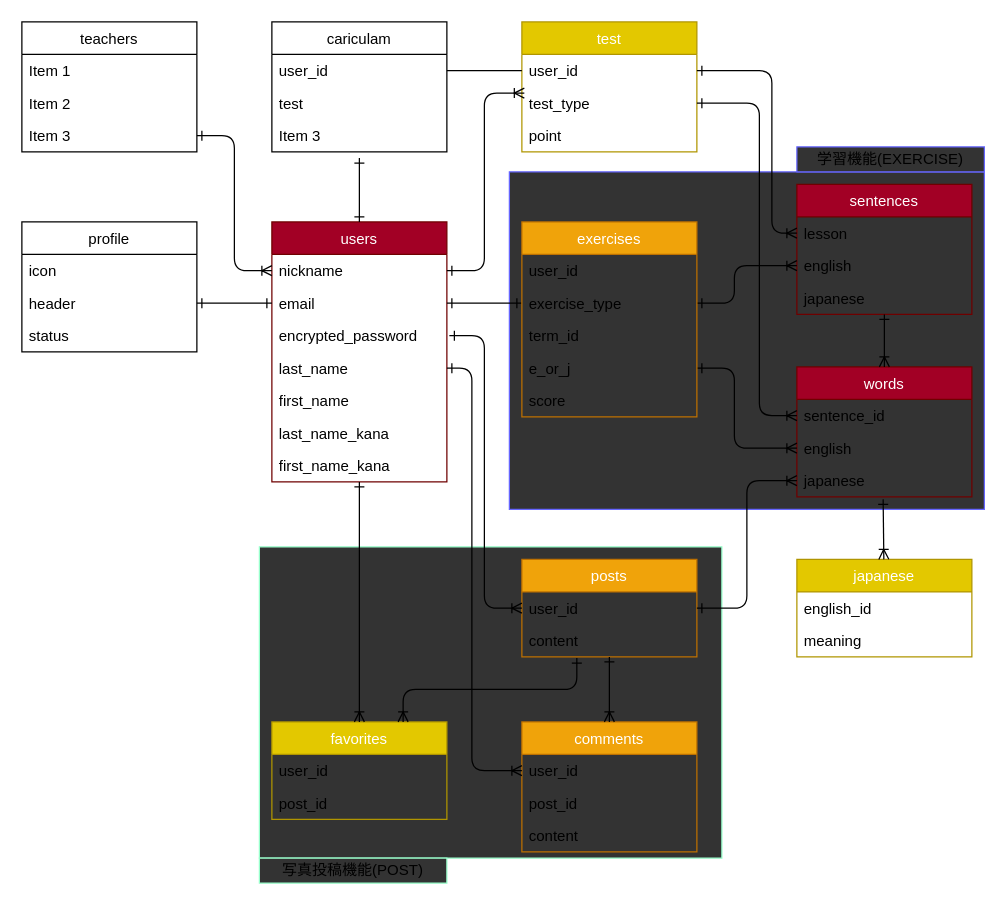
HirokiYagou/duo_app keeps this draw.io diagram as er.drawio. Above is the earlier version. Source tidied: cells renumbered, new cells numbered last; positions are measured from the earlier drawing's top-left corner, leaving out a move shared by most shapes. Both pictures are drawn from the tidied source at 125%, with x=0, y=0 at pixel (21, 21).
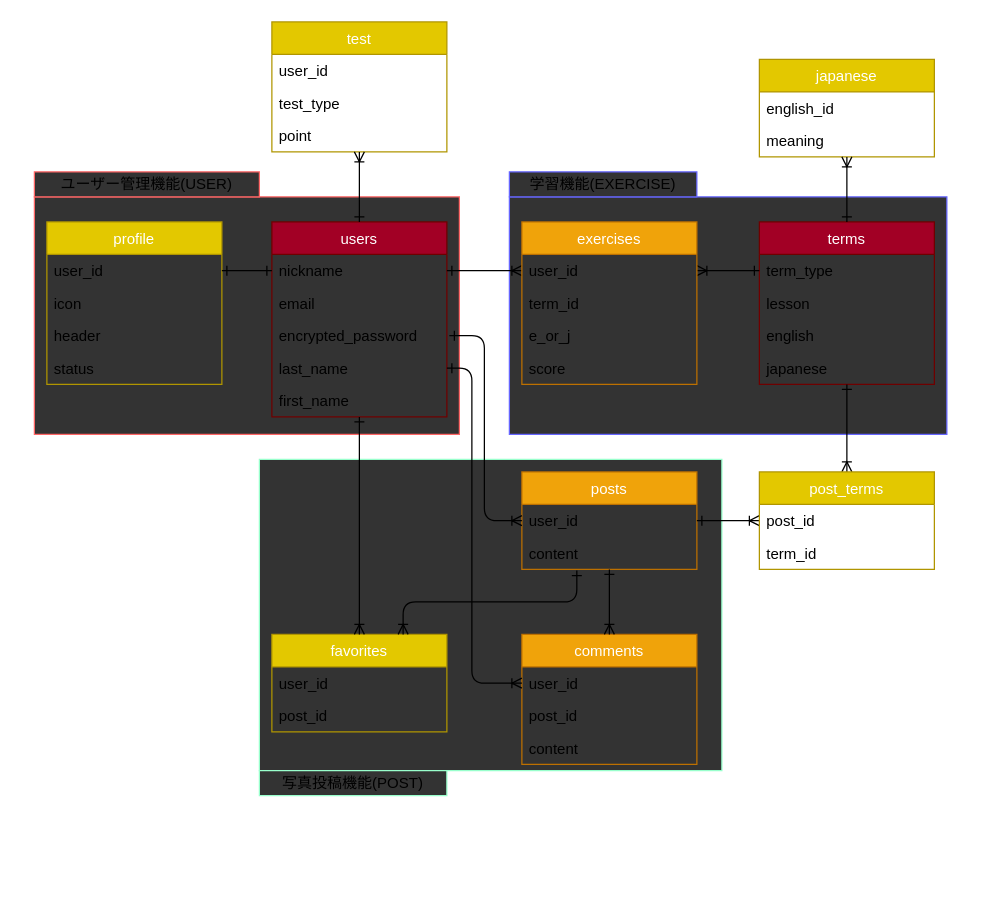
Above is the later version.

Unchanged cells that the change refers to:
```xml
<mxCell id="5" value="nickname" style="text;strokeColor=none;fillColor=none;align=left;verticalAlign=top;spacingLeft=4;spacingRight=4;overflow=hidden;points=[[0,0.5],[1,0.5]];portConstraint=eastwest;" parent="4" vertex="1">
  <mxGeometry y="26" width="140" height="26" as="geometry" />
</mxCell>
<mxCell id="6" value="email" style="text;strokeColor=none;fillColor=none;align=left;verticalAlign=top;spacingLeft=4;spacingRight=4;overflow=hidden;points=[[0,0.5],[1,0.5]];portConstraint=eastwest;" parent="4" vertex="1">
  <mxGeometry y="52" width="140" height="26" as="geometry" />
</mxCell>
<mxCell id="9" value="first_name" style="text;strokeColor=none;fillColor=none;align=left;verticalAlign=top;spacingLeft=4;spacingRight=4;overflow=hidden;points=[[0,0.5],[1,0.5]];portConstraint=eastwest;" parent="4" vertex="1">
  <mxGeometry y="130" width="140" height="26" as="geometry" />
</mxCell>
<mxCell id="13" value="user_id" style="text;strokeColor=none;fillColor=none;align=left;verticalAlign=top;spacingLeft=4;spacingRight=4;overflow=hidden;points=[[0,0.5],[1,0.5]];portConstraint=eastwest;" parent="12" vertex="1">
  <mxGeometry y="26" width="140" height="26" as="geometry" />
</mxCell>
<mxCell id="36" value="user_id" style="text;strokeColor=none;fillColor=none;align=left;verticalAlign=top;spacingLeft=4;spacingRight=4;overflow=hidden;points=[[0,0.5],[1,0.5]];portConstraint=eastwest;" parent="35" vertex="1">
  <mxGeometry y="26" width="140" height="26" as="geometry" />
</mxCell>
<mxCell id="37" value="test_type" style="text;strokeColor=none;fillColor=none;align=left;verticalAlign=top;spacingLeft=4;spacingRight=4;overflow=hidden;points=[[0,0.5],[1,0.5]];portConstraint=eastwest;" parent="35" vertex="1">
  <mxGeometry y="52" width="140" height="26" as="geometry" />
</mxCell>
<mxCell id="38" value="point" style="text;strokeColor=none;fillColor=none;align=left;verticalAlign=top;spacingLeft=4;spacingRight=4;overflow=hidden;points=[[0,0.5],[1,0.5]];portConstraint=eastwest;" parent="35" vertex="1">
  <mxGeometry y="78" width="140" height="26" as="geometry" />
</mxCell>
<mxCell id="51" value="meaning" style="text;strokeColor=none;fillColor=none;align=left;verticalAlign=top;spacingLeft=4;spacingRight=4;overflow=hidden;points=[[0,0.5],[1,0.5]];portConstraint=eastwest;" parent="49" vertex="1">
  <mxGeometry y="52" width="140" height="26" as="geometry" />
</mxCell>
<mxCell id="55" value="user_id" style="text;strokeColor=none;fillColor=none;align=left;verticalAlign=top;spacingLeft=4;spacingRight=4;overflow=hidden;points=[[0,0.5],[1,0.5]];portConstraint=eastwest;" parent="54" vertex="1">
  <mxGeometry y="26" width="140" height="26" as="geometry" />
</mxCell>
```

The edit, as a diff of the source:
```diff
@@
+    <mxCell id="75" style="rounded=0;whiteSpace=wrap;html=1;fillColor=#333333;strokeColor=#FF6666;" parent="1" vertex="1">
+      <mxGeometry x="10" y="140" width="340" height="190" as="geometry" />
+    </mxCell>
     <mxCell id="2" style="rounded=0;whiteSpace=wrap;html=1;fillColor=#333333;strokeColor=#6666FF;" parent="1" vertex="1">
-      <mxGeometry x="390" y="120" width="380" height="270" as="geometry" />
+      <mxGeometry x="390" y="140" width="350" height="190" as="geometry" />
     </mxCell>
     <mxCell id="3" style="rounded=0;whiteSpace=wrap;html=1;strokeColor=#99FFCC;fillColor=#333333;" parent="1" vertex="1">
-      <mxGeometry x="190" y="420" width="370" height="249" as="geometry" />
+      <mxGeometry x="190" y="350" width="370" height="249" as="geometry" />
     </mxCell>
     <mxCell id="4" value="users" style="swimlane;fontStyle=0;horizontal=1;startSize=26;fillColor=#a20025;strokeColor=#6F0000;fontColor=#ffffff;" parent="1" vertex="1">
-      <mxGeometry x="200" y="160" width="140" height="208" as="geometry" />
+      <mxGeometry x="200" y="160" width="140" height="156" as="geometry" />
     </mxCell>
@@
-    <mxCell id="10" value="last_name_kana" style="text;strokeColor=none;fillColor=none;align=left;verticalAlign=top;spacingLeft=4;spacingRight=4;overflow=hidden;" parent="4" vertex="1">
-      <mxGeometry y="156" width="140" height="26" as="geometry" />
-    </mxCell>
-    <mxCell id="11" value="first_name_kana" style="text;strokeColor=none;fillColor=none;align=left;verticalAlign=top;spacingLeft=4;spacingRight=4;overflow=hidden;points=[[0,0.5],[1,0.5]];portConstraint=eastwest;" parent="4" vertex="1">
-      <mxGeometry y="182" width="140" height="26" as="geometry" />
-    </mxCell>
     <mxCell id="12" value="posts" style="swimlane;fontStyle=0;horizontal=1;startSize=26;fillColor=#f0a30a;strokeColor=#BD7000;fontColor=#ffffff;" parent="1" vertex="1">
-      <mxGeometry x="400" y="430" width="140" height="78" as="geometry" />
+      <mxGeometry x="400" y="360" width="140" height="78" as="geometry" />
     </mxCell>
@@
-    <mxCell id="15" value="sentences" style="swimlane;fontStyle=0;horizontal=1;startSize=26;fillColor=#a20025;strokeColor=#6F0000;fontColor=#ffffff;" parent="1" vertex="1">
-      <mxGeometry x="620" y="130" width="140" height="104" as="geometry" />
+    <mxCell id="15" value="terms" style="swimlane;fontStyle=0;horizontal=1;startSize=26;fillColor=#a20025;strokeColor=#6F0000;fontColor=#ffffff;" parent="1" vertex="1">
+      <mxGeometry x="590" y="160" width="140" height="130" as="geometry" />
     </mxCell>
+    <mxCell id="17" value="term_type" style="text;strokeColor=none;fillColor=none;align=left;verticalAlign=top;spacingLeft=4;spacingRight=4;overflow=hidden;points=[[0,0.5],[1,0.5]];portConstraint=eastwest;" parent="15" vertex="1">
+      <mxGeometry y="26" width="140" height="26" as="geometry" />
+    </mxCell>
     <mxCell id="16" value="lesson" style="text;strokeColor=none;fillColor=none;align=left;verticalAlign=top;spacingLeft=4;spacingRight=4;overflow=hidden;points=[[0,0.5],[1,0.5]];portConstraint=eastwest;" parent="15" vertex="1">
-      <mxGeometry y="26" width="140" height="26" as="geometry" />
+      <mxGeometry y="52" width="140" height="26" as="geometry" />
     </mxCell>
-    <mxCell id="17" value="english" style="text;strokeColor=none;fillColor=none;align=left;verticalAlign=top;spacingLeft=4;spacingRight=4;overflow=hidden;points=[[0,0.5],[1,0.5]];portConstraint=eastwest;" parent="15" vertex="1">
-      <mxGeometry y="52" width="140" height="26" as="geometry" />
-    </mxCell>
+    <mxCell id="21" value="english" style="text;strokeColor=none;fillColor=none;align=left;verticalAlign=top;spacingLeft=4;spacingRight=4;overflow=hidden;points=[[0,0.5],[1,0.5]];portConstraint=eastwest;" parent="15" vertex="1">
+      <mxGeometry y="78" width="140" height="26" as="geometry" />
+    </mxCell>
     <mxCell id="18" value="japanese" style="text;strokeColor=none;fillColor=none;align=left;verticalAlign=top;spacingLeft=4;spacingRight=4;overflow=hidden;points=[[0,0.5],[1,0.5]];portConstraint=eastwest;" parent="15" vertex="1">
-      <mxGeometry y="78" width="140" height="26" as="geometry" />
+      <mxGeometry y="104" width="140" height="26" as="geometry" />
     </mxCell>
-    <mxCell id="19" value="words" style="swimlane;fontStyle=0;horizontal=1;startSize=26;fillColor=#a20025;strokeColor=#6F0000;fontColor=#ffffff;" parent="1" vertex="1">
-      <mxGeometry x="620" y="276" width="140" height="104" as="geometry" />
-    </mxCell>
-    <mxCell id="20" value="sentence_id" style="text;strokeColor=none;fillColor=none;align=left;verticalAlign=top;spacingLeft=4;spacingRight=4;overflow=hidden;points=[[0,0.5],[1,0.5]];portConstraint=eastwest;" parent="19" vertex="1">
-      <mxGeometry y="26" width="140" height="26" as="geometry" />
-    </mxCell>
-    <mxCell id="21" value="english" style="text;strokeColor=none;fillColor=none;align=left;verticalAlign=top;spacingLeft=4;spacingRight=4;overflow=hidden;points=[[0,0.5],[1,0.5]];portConstraint=eastwest;" parent="19" vertex="1">
-      <mxGeometry y="52" width="140" height="26" as="geometry" />
-    </mxCell>
-    <mxCell id="22" value="japanese" style="text;strokeColor=none;fillColor=none;align=left;verticalAlign=top;spacingLeft=4;spacingRight=4;overflow=hidden;points=[[0,0.5],[1,0.5]];portConstraint=eastwest;" parent="19" vertex="1">
-      <mxGeometry y="78" width="140" height="26" as="geometry" />
-    </mxCell>
-    <mxCell id="23" value="teachers" style="swimlane;fontStyle=0;horizontal=1;startSize=26;fillColor=none;" parent="1" vertex="1">
-      <mxGeometry width="140" height="104" as="geometry" />
-    </mxCell>
-    <mxCell id="24" value="Item 1" style="text;strokeColor=none;fillColor=none;align=left;verticalAlign=top;spacingLeft=4;spacingRight=4;overflow=hidden;" parent="23" vertex="1">
-      <mxGeometry y="26" width="140" height="26" as="geometry" />
-    </mxCell>
-    <mxCell id="25" value="Item 2" style="text;strokeColor=none;fillColor=none;align=left;verticalAlign=top;spacingLeft=4;spacingRight=4;overflow=hidden;" parent="23" vertex="1">
-      <mxGeometry y="52" width="140" height="26" as="geometry" />
-    </mxCell>
-    <mxCell id="26" value="Item 3" style="text;strokeColor=none;fillColor=none;align=left;verticalAlign=top;spacingLeft=4;spacingRight=4;overflow=hidden;points=[[0,0.5],[1,0.5]];portConstraint=eastwest;" parent="23" vertex="1">
-      <mxGeometry y="78" width="140" height="26" as="geometry" />
-    </mxCell>
-    <mxCell id="27" value="cariculam" style="swimlane;fontStyle=0;horizontal=1;startSize=26;fillColor=none;" parent="1" vertex="1">
-      <mxGeometry x="200" width="140" height="104" as="geometry" />
-    </mxCell>
+    <mxCell id="31" value="profile" style="swimlane;fontStyle=0;horizontal=1;startSize=26;fillColor=#e3c800;strokeColor=#B09500;fontColor=#ffffff;" parent="1" vertex="1">
+      <mxGeometry x="20" y="160" width="140" height="130" as="geometry" />
+    </mxCell>
-    <mxCell id="28" value="user_id" style="text;strokeColor=none;fillColor=none;align=left;verticalAlign=top;spacingLeft=4;spacingRight=4;overflow=hidden;points=[[0,0.5],[1,0.5]];portConstraint=eastwest;" parent="27" vertex="1">
+    <mxCell id="28" value="user_id" style="text;strokeColor=none;fillColor=none;align=left;verticalAlign=top;spacingLeft=4;spacingRight=4;overflow=hidden;points=[[0,0.5],[1,0.5]];portConstraint=eastwest;" parent="31" vertex="1">
       <mxGeometry y="26" width="140" height="26" as="geometry" />
     </mxCell>
-    <mxCell id="29" value="test" style="text;strokeColor=none;fillColor=none;align=left;verticalAlign=top;spacingLeft=4;spacingRight=4;overflow=hidden;" parent="27" vertex="1">
-      <mxGeometry y="52" width="140" height="26" as="geometry" />
-    </mxCell>
-    <mxCell id="30" value="Item 3" style="text;strokeColor=none;fillColor=none;align=left;verticalAlign=top;spacingLeft=4;spacingRight=4;overflow=hidden;points=[[0,0.5],[1,0.5]];portConstraint=eastwest;" parent="27" vertex="1">
-      <mxGeometry y="78" width="140" height="26" as="geometry" />
-    </mxCell>
-    <mxCell id="31" value="profile" style="swimlane;fontStyle=0;horizontal=1;startSize=26;fillColor=none;" parent="1" vertex="1">
-      <mxGeometry y="160" width="140" height="104" as="geometry" />
-    </mxCell>
     <mxCell id="32" value="icon" style="text;strokeColor=none;fillColor=none;align=left;verticalAlign=top;spacingLeft=4;spacingRight=4;overflow=hidden;" parent="31" vertex="1">
-      <mxGeometry y="26" width="140" height="26" as="geometry" />
+      <mxGeometry y="52" width="140" height="26" as="geometry" />
     </mxCell>
     <mxCell id="33" value="header" style="text;strokeColor=none;fillColor=none;align=left;verticalAlign=top;spacingLeft=4;spacingRight=4;overflow=hidden;points=[[0,0.5],[1,0.5]];portConstraint=eastwest;" parent="31" vertex="1">
-      <mxGeometry y="52" width="140" height="26" as="geometry" />
+      <mxGeometry y="78" width="140" height="26" as="geometry" />
     </mxCell>
     <mxCell id="34" value="status" style="text;strokeColor=none;fillColor=none;align=left;verticalAlign=top;spacingLeft=4;spacingRight=4;overflow=hidden;" parent="31" vertex="1">
-      <mxGeometry y="78" width="140" height="26" as="geometry" />
+      <mxGeometry y="104" width="140" height="26" as="geometry" />
     </mxCell>
     <mxCell id="35" value="test" style="swimlane;fontStyle=0;horizontal=1;startSize=26;fillColor=#e3c800;strokeColor=#B09500;fontColor=#ffffff;" parent="1" vertex="1">
-      <mxGeometry x="400" width="140" height="104" as="geometry" />
+      <mxGeometry x="200" width="140" height="104" as="geometry" />
     </mxCell>
@@
-    <mxCell id="39" style="edgeStyle=elbowEdgeStyle;elbow=horizontal;endArrow=ERoneToMany;html=1;entryX=0;entryY=0.5;entryDx=0;entryDy=0;exitX=1;exitY=0.5;exitDx=0;exitDy=0;startArrow=ERone;startFill=0;endFill=0;" parent="1" edge="1" source="26" target="5">
-      <mxGeometry relative="1" as="geometry" />
-    </mxCell>
-    <mxCell id="40" style="endArrow=ERone;html=1;entryX=0.5;entryY=1.192;entryDx=0;entryDy=0;entryPerimeter=0;startArrow=ERone;startFill=0;endFill=0;" parent="1" edge="1" source="4" target="30">
-      <mxGeometry relative="1" as="geometry" />
-    </mxCell>
@@
-    <mxCell id="42" style="edgeStyle=elbowEdgeStyle;elbow=horizontal;endArrow=ERoneToMany;html=1;exitX=1;exitY=0.5;exitDx=0;exitDy=0;entryX=0.014;entryY=0.192;entryDx=0;entryDy=0;entryPerimeter=0;startArrow=ERone;startFill=0;endFill=0;" parent="1" edge="1" source="5" target="37">
-      <mxGeometry relative="1" as="geometry">
-        <Array as="points">
-          <mxPoint x="370" y="120" />
-        </Array>
-      </mxGeometry>
+    <mxCell id="42" style="edgeStyle=elbowEdgeStyle;elbow=horizontal;endArrow=ERoneToMany;html=1;exitX=0.5;exitY=0;exitDx=0;exitDy=0;startArrow=ERone;startFill=0;endFill=0;" parent="1" edge="1" source="4" target="38">
+      <mxGeometry relative="1" as="geometry" />
     </mxCell>
-    <mxCell id="43" style="endArrow=none;html=1;exitX=1;exitY=0.5;exitDx=0;exitDy=0;entryX=0;entryY=0.5;entryDx=0;entryDy=0;" parent="1" edge="1" source="28" target="36">
-      <mxGeometry relative="1" as="geometry" />
-    </mxCell>
-    <mxCell id="44" style="edgeStyle=elbowEdgeStyle;elbow=horizontal;endArrow=ERoneToMany;html=1;exitX=1;exitY=0.5;exitDx=0;exitDy=0;entryX=0;entryY=0.5;entryDx=0;entryDy=0;startArrow=ERone;startFill=0;endFill=0;" parent="1" edge="1" source="13" target="22">
+    <mxCell id="44" style="edgeStyle=elbowEdgeStyle;elbow=horizontal;endArrow=ERoneToMany;html=1;exitX=1;exitY=0.5;exitDx=0;exitDy=0;entryX=0;entryY=0.5;entryDx=0;entryDy=0;startArrow=ERone;startFill=0;endFill=0;" parent="1" edge="1" source="13" target="78">
       <mxGeometry relative="1" as="geometry">
         <Array as="points">
-          <mxPoint x="580" y="360" />
-          <mxPoint x="580" y="260" />
+          <mxPoint x="580" y="390" />
+          <mxPoint x="580" y="190" />
         </Array>
       </mxGeometry>
     </mxCell>
-    <mxCell id="45" style="edgeStyle=elbowEdgeStyle;elbow=horizontal;endArrow=ERoneToMany;html=1;exitX=1;exitY=0.5;exitDx=0;exitDy=0;entryX=0;entryY=0.5;entryDx=0;entryDy=0;startArrow=ERone;startFill=0;endFill=0;" parent="1" edge="1" target="21">
-      <mxGeometry relative="1" as="geometry">
-        <mxPoint x="540" y="277" as="sourcePoint" />
-        <Array as="points">
-          <mxPoint x="570" y="280" />
-        </Array>
-      </mxGeometry>
-    </mxCell>
-    <mxCell id="46" style="edgeStyle=elbowEdgeStyle;elbow=horizontal;endArrow=ERoneToMany;html=1;exitX=1;exitY=0.5;exitDx=0;exitDy=0;entryX=0;entryY=0.5;entryDx=0;entryDy=0;startArrow=ERone;startFill=0;endFill=0;" parent="1" edge="1" source="56" target="17">
-      <mxGeometry relative="1" as="geometry">
-        <Array as="points">
-          <mxPoint x="570" y="210" />
-        </Array>
-      </mxGeometry>
+    <mxCell id="46" style="edgeStyle=elbowEdgeStyle;elbow=horizontal;endArrow=ERone;html=1;exitX=1;exitY=0.5;exitDx=0;exitDy=0;entryX=0;entryY=0.5;entryDx=0;entryDy=0;startArrow=ERoneToMany;startFill=0;endFill=0;" parent="1" edge="1" source="55" target="17">
+      <mxGeometry relative="1" as="geometry" />
     </mxCell>
-    <mxCell id="47" style="edgeStyle=elbowEdgeStyle;elbow=horizontal;endArrow=ERoneToMany;html=1;exitX=1;exitY=0.5;exitDx=0;exitDy=0;entryX=0;entryY=0.5;entryDx=0;entryDy=0;startArrow=ERone;startFill=0;endFill=0;" parent="1" edge="1" source="37" target="20">
-      <mxGeometry relative="1" as="geometry">
-        <Array as="points">
-          <mxPoint x="590" y="110" />
-        </Array>
-      </mxGeometry>
-    </mxCell>
-    <mxCell id="48" style="edgeStyle=elbowEdgeStyle;elbow=horizontal;endArrow=ERoneToMany;html=1;startArrow=ERone;startFill=0;endFill=0;entryX=0;entryY=0.5;entryDx=0;entryDy=0;exitX=1;exitY=0.5;exitDx=0;exitDy=0;" parent="1" edge="1" source="36" target="16">
-      <mxGeometry relative="1" as="geometry">
-        <Array as="points">
-          <mxPoint x="600" y="70" />
-        </Array>
-      </mxGeometry>
-    </mxCell>
     <mxCell id="49" value="japanese" style="swimlane;fontStyle=0;horizontal=1;startSize=26;fillColor=#e3c800;strokeColor=#B09500;fontColor=#ffffff;" parent="1" vertex="1">
-      <mxGeometry x="620" y="430" width="140" height="78" as="geometry" />
+      <mxGeometry x="590" y="30" width="140" height="78" as="geometry" />
     </mxCell>
@@
-    <mxCell id="52" style="endArrow=ERone;html=1;startArrow=ERoneToMany;startFill=0;endFill=0;entryX=0.493;entryY=1.077;entryDx=0;entryDy=0;entryPerimeter=0;" parent="1" edge="1" source="49" target="22">
-      <mxGeometry relative="1" as="geometry" />
-    </mxCell>
-    <mxCell id="53" style="edgeStyle=elbowEdgeStyle;elbow=horizontal;endArrow=ERone;html=1;exitX=1;exitY=0.5;exitDx=0;exitDy=0;entryX=0;entryY=0.5;entryDx=0;entryDy=0;startArrow=ERone;startFill=0;endFill=0;" parent="1" edge="1" source="6" target="56">
+    <mxCell id="53" style="edgeStyle=elbowEdgeStyle;elbow=horizontal;endArrow=ERoneToMany;html=1;exitX=1;exitY=0.5;exitDx=0;exitDy=0;entryX=0;entryY=0.5;entryDx=0;entryDy=0;startArrow=ERone;startFill=0;endFill=0;" parent="1" edge="1" source="5" target="55">
       <mxGeometry relative="1" as="geometry" />
     </mxCell>
     <mxCell id="54" value="exercises" style="swimlane;fontStyle=0;horizontal=1;startSize=26;fillColor=#f0a30a;strokeColor=#BD7000;fontColor=#ffffff;" parent="1" vertex="1">
-      <mxGeometry x="400" y="160" width="140" height="156" as="geometry" />
+      <mxGeometry x="400" y="160" width="140" height="130" as="geometry" />
     </mxCell>
@@
-    <mxCell id="56" value="exercise_type" style="text;strokeColor=none;fillColor=none;align=left;verticalAlign=top;spacingLeft=4;spacingRight=4;overflow=hidden;points=[[0,0.5],[1,0.5]];portConstraint=eastwest;" parent="54" vertex="1">
-      <mxGeometry y="52" width="140" height="26" as="geometry" />
-    </mxCell>
     <mxCell id="57" value="term_id" style="text;strokeColor=none;fillColor=none;align=left;verticalAlign=top;spacingLeft=4;spacingRight=4;overflow=hidden;" parent="54" vertex="1">
-      <mxGeometry y="78" width="140" height="26" as="geometry" />
+      <mxGeometry y="52" width="140" height="26" as="geometry" />
     </mxCell>
     <mxCell id="58" value="e_or_j" style="text;strokeColor=none;fillColor=none;align=left;verticalAlign=top;spacingLeft=4;spacingRight=4;overflow=hidden;" parent="54" vertex="1">
-      <mxGeometry y="104" width="140" height="26" as="geometry" />
+      <mxGeometry y="78" width="140" height="26" as="geometry" />
     </mxCell>
     <mxCell id="59" value="score" style="text;strokeColor=none;fillColor=none;align=left;verticalAlign=top;spacingLeft=4;spacingRight=4;overflow=hidden;" parent="54" vertex="1">
-      <mxGeometry y="130" width="140" height="26" as="geometry" />
+      <mxGeometry y="104" width="140" height="26" as="geometry" />
     </mxCell>
     <mxCell id="60" value="comments" style="swimlane;fontStyle=0;horizontal=1;startSize=26;fillColor=#f0a30a;strokeColor=#BD7000;fontColor=#ffffff;" parent="1" vertex="1">
-      <mxGeometry x="400" y="560" width="140" height="104" as="geometry" />
+      <mxGeometry x="400" y="490" width="140" height="104" as="geometry" />
     </mxCell>
@@
-    <mxCell id="66" style="edgeStyle=elbowEdgeStyle;elbow=horizontal;endArrow=ERone;html=1;entryX=0;entryY=0.5;entryDx=0;entryDy=0;exitX=1;exitY=0.5;exitDx=0;exitDy=0;startArrow=ERone;startFill=0;endFill=0;" parent="1" edge="1" source="33" target="6">
+    <mxCell id="66" style="edgeStyle=elbowEdgeStyle;elbow=horizontal;endArrow=ERone;html=1;entryX=0;entryY=0.5;entryDx=0;entryDy=0;exitX=1;exitY=0.5;exitDx=0;exitDy=0;startArrow=ERone;startFill=0;endFill=0;" parent="1" edge="1" source="28" target="5">
       <mxGeometry relative="1" as="geometry" />
     </mxCell>
     <mxCell id="67" value="favorites" style="swimlane;fontStyle=0;horizontal=1;startSize=26;fillColor=#e3c800;strokeColor=#B09500;fontColor=#ffffff;" parent="1" vertex="1">
-      <mxGeometry x="200" y="560" width="140" height="78" as="geometry" />
+      <mxGeometry x="200" y="490" width="140" height="78" as="geometry" />
     </mxCell>
@@
-    <mxCell id="71" style="endArrow=ERone;html=1;startArrow=ERoneToMany;startFill=0;endFill=0;exitX=0.5;exitY=0;exitDx=0;exitDy=0;" parent="1" edge="1" source="67" target="11">
+    <mxCell id="71" style="endArrow=ERone;html=1;startArrow=ERoneToMany;startFill=0;endFill=0;exitX=0.5;exitY=0;exitDx=0;exitDy=0;" parent="1" edge="1" source="67" target="9">
       <mxGeometry relative="1" as="geometry" />
     </mxCell>
     <mxCell id="72" value="写真投稿機能(POST)" style="text;html=1;align=center;verticalAlign=middle;whiteSpace=wrap;rounded=0;strokeColor=#99FFCC;fillColor=#333333;" parent="1" vertex="1">
-      <mxGeometry x="190" y="669" width="150" height="20" as="geometry" />
+      <mxGeometry x="190" y="599" width="150" height="20" as="geometry" />
     </mxCell>
     <mxCell id="73" value="学習機能(EXERCISE)" style="text;html=1;align=center;verticalAlign=middle;whiteSpace=wrap;rounded=0;fillColor=#333333;strokeColor=#6666FF;" parent="1" vertex="1">
-      <mxGeometry x="620" y="100" width="150" height="20" as="geometry" />
+      <mxGeometry x="390" y="120" width="150" height="20" as="geometry" />
     </mxCell>
-    <mxCell id="74" style="endArrow=ERone;html=1;exitX=0.5;exitY=0;exitDx=0;exitDy=0;startArrow=ERoneToMany;startFill=0;endFill=0;" parent="1" edge="1" source="19" target="18">
+    <mxCell id="74" style="endArrow=ERone;html=1;startArrow=ERoneToMany;startFill=0;endFill=0;" parent="1" edge="1" source="77" target="18">
       <mxGeometry relative="1" as="geometry" />
     </mxCell>
+    <mxCell id="76" style="edgeStyle=elbowEdgeStyle;elbow=horizontal;endArrow=ERone;html=1;startArrow=ERoneToMany;startFill=0;endFill=0;entryX=0.5;entryY=0;entryDx=0;entryDy=0;" parent="1" edge="1" source="51" target="15">
+      <mxGeometry relative="1" as="geometry">
+        <Array as="points">
+          <mxPoint x="660" y="140" />
+          <mxPoint x="550" y="260" />
+        </Array>
+      </mxGeometry>
+    </mxCell>
+    <mxCell id="77" value="post_terms" style="swimlane;fontStyle=0;horizontal=1;startSize=26;fillColor=#e3c800;strokeColor=#B09500;fontColor=#ffffff;" parent="1" vertex="1">
+      <mxGeometry x="590" y="360" width="140" height="78" as="geometry" />
+    </mxCell>
+    <mxCell id="78" value="post_id" style="text;strokeColor=none;fillColor=none;align=left;verticalAlign=top;spacingLeft=4;spacingRight=4;overflow=hidden;points=[[0,0.5],[1,0.5]];portConstraint=eastwest;" parent="77" vertex="1">
+      <mxGeometry y="26" width="140" height="26" as="geometry" />
+    </mxCell>
+    <mxCell id="79" value="term_id" style="text;strokeColor=none;fillColor=none;align=left;verticalAlign=top;spacingLeft=4;spacingRight=4;overflow=hidden;" parent="77" vertex="1">
+      <mxGeometry y="52" width="140" height="26" as="geometry" />
+    </mxCell>
+    <mxCell id="80" value="ユーザー管理機能(USER)" style="rounded=0;whiteSpace=wrap;html=1;fillColor=#333333;strokeColor=#FF6666;" parent="1" vertex="1">
+      <mxGeometry x="10" y="120" width="180" height="20" as="geometry" />
+    </mxCell>
```
